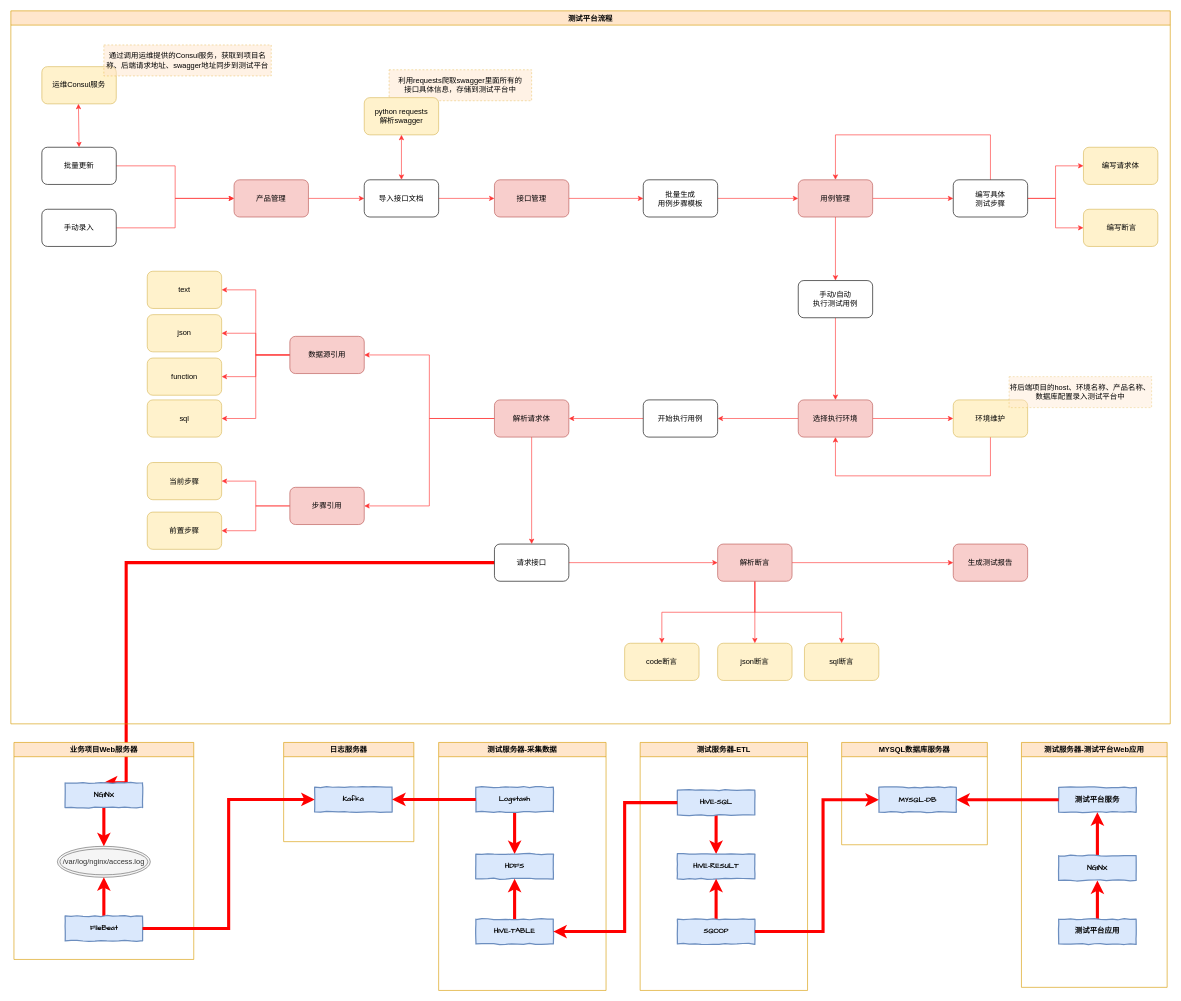
Before: 测试平台-接口分析.drawio in luanyuqiang/hello-world, a draw.io diagram. Source tidied: cells renumbered, new cells numbered last; positions are measured from the earlier drawing's top-left corner, leaving out a move shared by most shapes. Both pictures are drawn from the tidied source at 62%, with x=0, y=0 at pixel (11, 11).
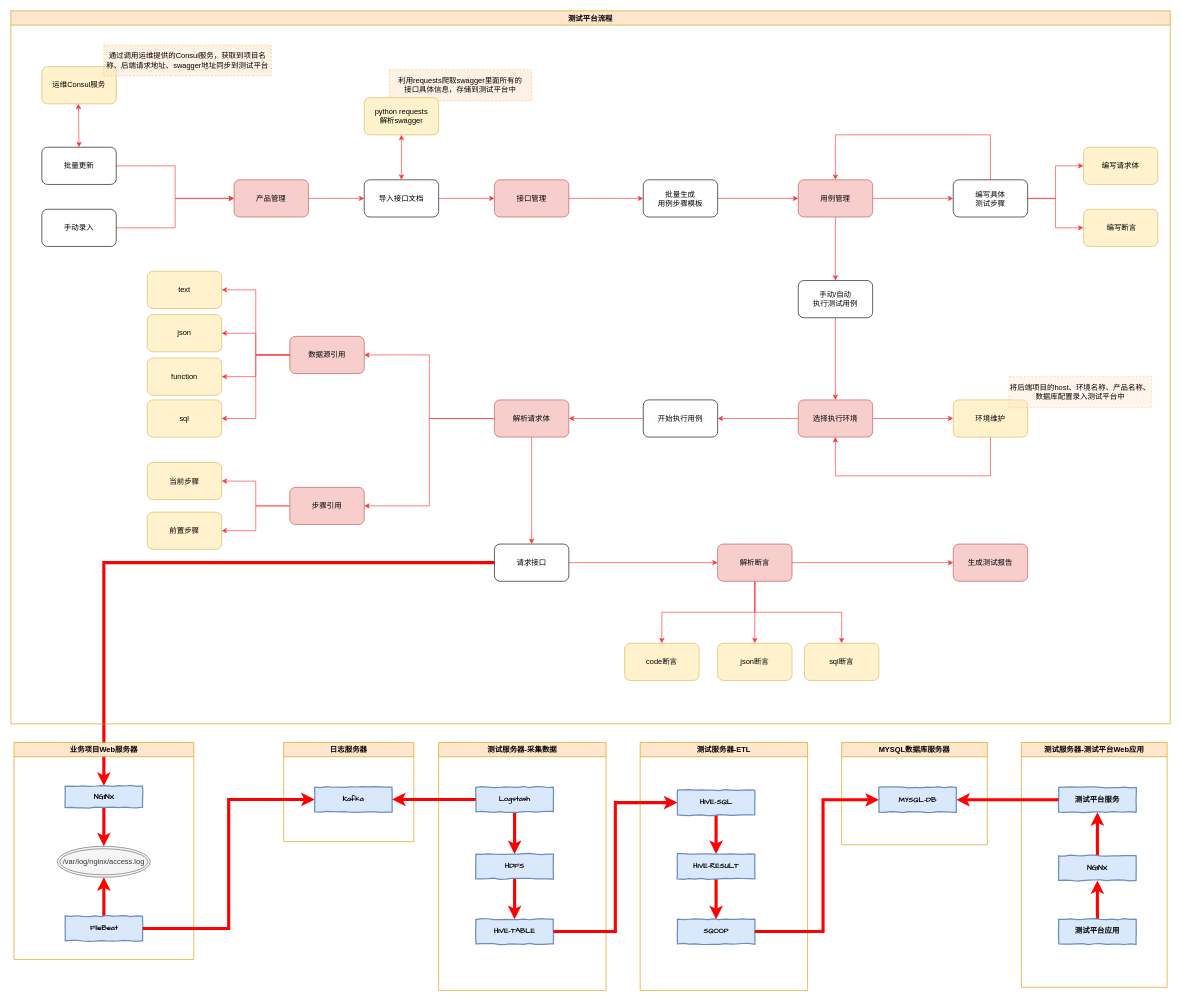
The same diagram, later.

Commit message:
更新测试平台-接口分析.drawio

The change refers to these unchanged cells:
```xml
<mxCell id="37" value="请求接口" style="rounded=1;whiteSpace=wrap;html=1;" parent="1" vertex="1">
  <mxGeometry x="780" y="860" width="120" height="60" as="geometry" />
</mxCell>
<mxCell id="69" value="业务项目Web服务器" style="swimlane;fillColor=#ffe6cc;strokeColor=#d79b00;" parent="1" vertex="1">
  <mxGeometry x="5" y="1180" width="290" height="350" as="geometry" />
</mxCell>
<mxCell id="77" value="测试服务器-采集数据" style="swimlane;fillColor=#ffe6cc;strokeColor=#d79b00;" parent="1" vertex="1">
  <mxGeometry x="690" y="1180" width="270" height="400" as="geometry" />
</mxCell>
<mxCell id="80" value="HDFS" style="html=1;whiteSpace=wrap;comic=1;strokeWidth=2;fontFamily=Comic Sans MS;fontStyle=1;fillColor=#dae8fc;strokeColor=#6c8ebf;" parent="77" vertex="1">
  <mxGeometry x="60" y="180" width="125" height="40" as="geometry" />
</mxCell>
<mxCell id="82" value="HIVE-TABLE" style="html=1;whiteSpace=wrap;comic=1;strokeWidth=2;fontFamily=Comic Sans MS;fontStyle=1;fillColor=#dae8fc;strokeColor=#6c8ebf;" parent="77" vertex="1">
  <mxGeometry x="60" y="285" width="125" height="40" as="geometry" />
</mxCell>
<mxCell id="84" value="测试服务器-ETL" style="swimlane;fillColor=#ffe6cc;strokeColor=#d79b00;" parent="1" vertex="1">
  <mxGeometry x="1015" y="1180" width="270" height="400" as="geometry" />
</mxCell>
<mxCell id="86" value="HIVE-SQL" style="html=1;whiteSpace=wrap;comic=1;strokeWidth=2;fontFamily=Comic Sans MS;fontStyle=1;fillColor=#dae8fc;strokeColor=#6c8ebf;" parent="84" vertex="1">
  <mxGeometry x="60" y="77" width="125" height="40" as="geometry" />
</mxCell>
<mxCell id="87" value="HIVE-RESULT" style="html=1;whiteSpace=wrap;comic=1;strokeWidth=2;fontFamily=Comic Sans MS;fontStyle=1;fillColor=#dae8fc;strokeColor=#6c8ebf;" parent="84" vertex="1">
  <mxGeometry x="60" y="180" width="125" height="40" as="geometry" />
</mxCell>
<mxCell id="89" value="SQOOP" style="html=1;whiteSpace=wrap;comic=1;strokeWidth=2;fontFamily=Comic Sans MS;fontStyle=1;fillColor=#dae8fc;strokeColor=#6c8ebf;" parent="84" vertex="1">
  <mxGeometry x="60" y="285" width="125" height="40" as="geometry" />
</mxCell>
```

Change to the diagram source:
```diff
@@
     <mxCell id="36" style="edgeStyle=orthogonalEdgeStyle;rounded=0;jettySize=auto;html=1;entryX=0.5;entryY=0;entryDx=0;entryDy=0;strokeColor=#FF0000;strokeWidth=5;" parent="1" edge="1" source="37" target="71">
       <mxGeometry relative="1" as="geometry">
         <Array as="points">
-          <mxPoint x="186" y="890" />
+          <mxPoint x="150" y="890" />
         </Array>
       </mxGeometry>
     </mxCell>
@@
     <mxCell id="71" value="NGINX" style="html=1;whiteSpace=wrap;comic=1;strokeWidth=2;fontFamily=Comic Sans MS;fontStyle=1;fillColor=#dae8fc;strokeColor=#6c8ebf;" parent="69" vertex="1">
-      <mxGeometry x="82.5" y="65" width="125" height="40" as="geometry" />
+      <mxGeometry x="82.5" y="70" width="125" height="35" as="geometry" />
     </mxCell>
@@
+    <mxCell id="103" style="edgeStyle=orthogonalEdgeStyle;rounded=0;jettySize=auto;html=1;strokeColor=#FF0000;strokeWidth=5;" parent="77" edge="1" source="80" target="82">
+      <mxGeometry relative="1" as="geometry" />
+    </mxCell>
@@
-    <mxCell id="81" style="edgeStyle=orthogonalEdgeStyle;rounded=0;jettySize=auto;html=1;entryX=0.5;entryY=1;entryDx=0;entryDy=0;strokeColor=#FF0000;strokeWidth=5;" parent="77" edge="1" source="82" target="80">
-      <mxGeometry relative="1" as="geometry" />
-    </mxCell>
@@
+    <mxCell id="104" style="edgeStyle=orthogonalEdgeStyle;rounded=0;jettySize=auto;html=1;strokeColor=#FF0000;strokeWidth=5;" parent="84" edge="1" source="87" target="89">
+      <mxGeometry relative="1" as="geometry" />
+    </mxCell>
@@
-    <mxCell id="88" style="edgeStyle=orthogonalEdgeStyle;rounded=0;jettySize=auto;html=1;entryX=0.5;entryY=1;entryDx=0;entryDy=0;strokeColor=#FF0000;strokeWidth=5;" parent="84" edge="1" source="89" target="87">
-      <mxGeometry relative="1" as="geometry" />
-    </mxCell>
@@
-    <mxCell id="93" style="edgeStyle=orthogonalEdgeStyle;rounded=0;jettySize=auto;html=1;entryX=1;entryY=0.5;entryDx=0;entryDy=0;strokeColor=#FF0000;strokeWidth=5;" parent="1" edge="1" source="86" target="82">
-      <mxGeometry relative="1" as="geometry">
-        <Array as="points">
-          <mxPoint x="990" y="1277" />
-          <mxPoint x="990" y="1485" />
-        </Array>
-      </mxGeometry>
-    </mxCell>
@@
+    <mxCell id="105" style="edgeStyle=orthogonalEdgeStyle;rounded=0;jettySize=auto;html=1;entryX=0;entryY=0.5;entryDx=0;entryDy=0;strokeColor=#FF0000;strokeWidth=5;" parent="1" edge="1" source="82" target="86">
+      <mxGeometry relative="1" as="geometry" />
+    </mxCell>
```
